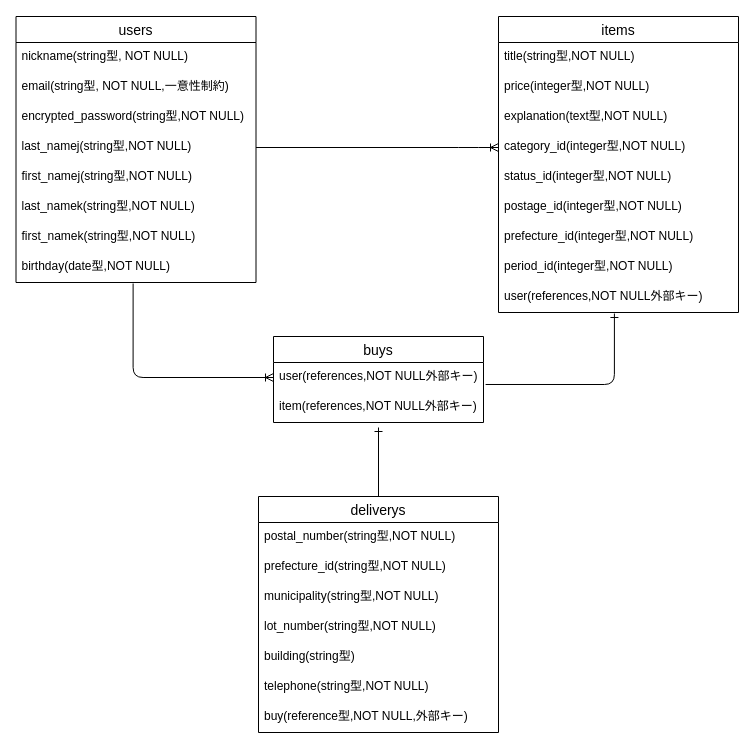
This is er.dio from okazuo/furima-36906, a draw.io file, before an edit. Source tidied: cells renumbered, new cells numbered last; positions are measured from the earlier drawing's top-left corner, leaving out a move shared by most shapes. Both pictures are drawn from the tidied source at 100%, with x=0, y=0 at pixel (16, 16).
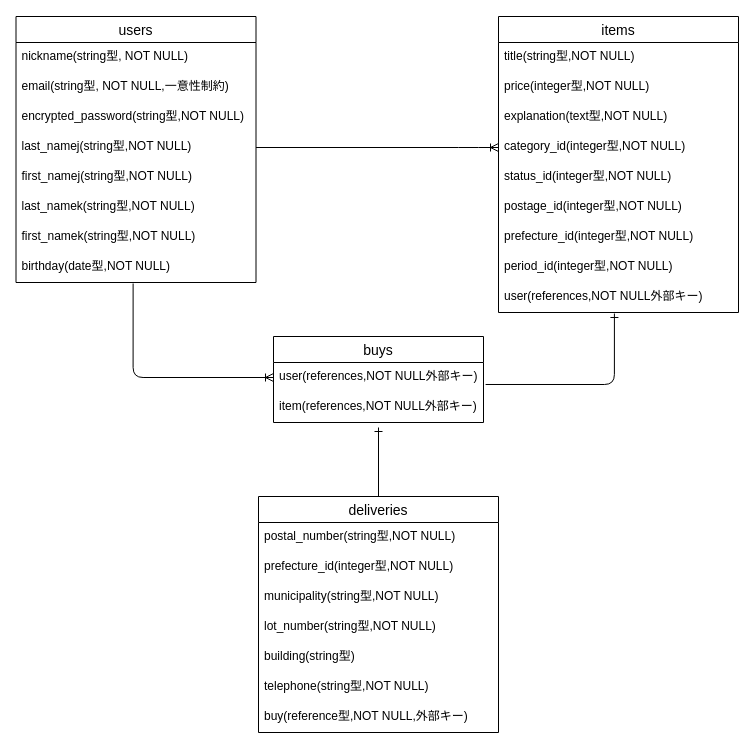
The same diagram, later.

Commit message (it also covers changes not shown here):
データ型とアソシエーションの変更

What changed in the source:
```diff
@@
-    <mxCell id="24" value="deliverys" style="swimlane;fontStyle=0;horizontal=1;startSize=26;align=center;fontSize=14;" parent="1" vertex="1">
+    <mxCell id="24" value="deliveries" style="swimlane;fontStyle=0;horizontal=1;startSize=26;align=center;fontSize=14;" parent="1" vertex="1">
       <mxGeometry x="242" y="480" width="240" height="236" as="geometry" />
     </mxCell>
@@
-    <mxCell id="26" value="prefecture_id(string型,NOT NULL)" style="text;strokeColor=none;fillColor=none;spacingLeft=4;spacingRight=4;overflow=hidden;fontSize=12;" parent="24" vertex="1">
+    <mxCell id="26" value="prefecture_id(integer型,NOT NULL)" style="text;strokeColor=none;fillColor=none;spacingLeft=4;spacingRight=4;overflow=hidden;fontSize=12;" parent="24" vertex="1">
       <mxGeometry y="56" width="240" height="30" as="geometry" />
     </mxCell>
```
